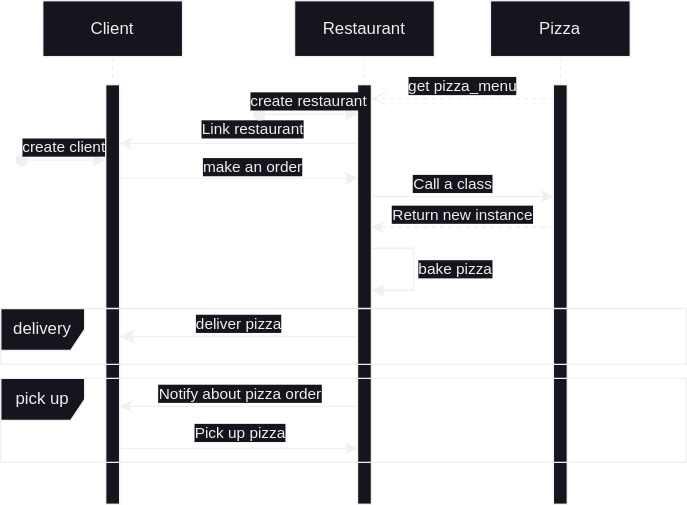
Earlier version of the draw.io export pictures/order_pizza_sequence.drawio.svg (pyrogn/pizza_test). Source tidied: cells renumbered, new cells last; positions are measured from the earlier drawing's top-left corner, leaving out a move shared by most shapes.
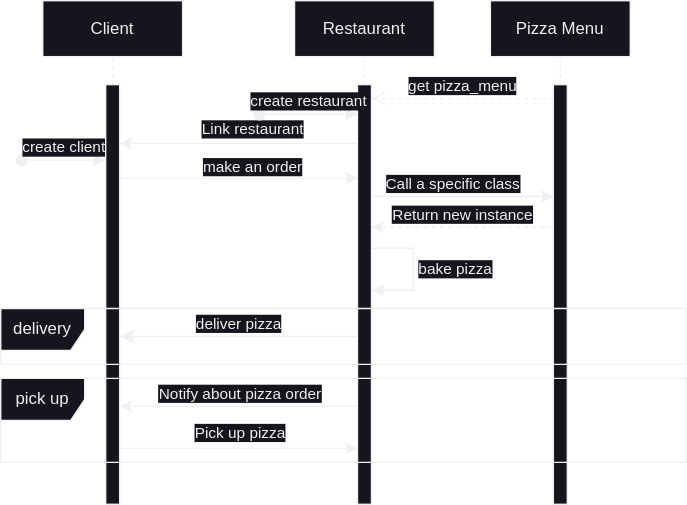
Later version of the same file.

Commit message:
Rename pizza -> pizza menu

Change to the diagram source:
```diff
@@ -37,7 +37,7 @@
         </Array>
       </mxGeometry>
     </mxCell>
-    <mxCell id="9" value="Pizza" style="shape=umlLifeline;perimeter=lifelinePerimeter;whiteSpace=wrap;html=1;newEdgeStyle={&quot;edgeStyle&quot;:&quot;elbowEdgeStyle&quot;,&quot;elbow&quot;:&quot;vertical&quot;,&quot;curved&quot;:0,&quot;rounded&quot;:0};" parent="1" vertex="1">
+    <mxCell id="9" value="Pizza Menu" style="shape=umlLifeline;perimeter=lifelinePerimeter;whiteSpace=wrap;html=1;newEdgeStyle={&quot;edgeStyle&quot;:&quot;elbowEdgeStyle&quot;,&quot;elbow&quot;:&quot;vertical&quot;,&quot;curved&quot;:0,&quot;rounded&quot;:0};" parent="1" vertex="1">
       <mxGeometry x="350" width="100" height="360" as="geometry" />
     </mxCell>
     <mxCell id="10" style="html=1;perimeter=orthogonalPerimeter;targetShapes=umlLifeline;newEdgeStyle={&quot;edgeStyle&quot;:&quot;elbowEdgeStyle&quot;,&quot;elbow&quot;:&quot;vertical&quot;,&quot;curved&quot;:0,&quot;rounded&quot;:0};" parent="9" vertex="1">
@@ -68,7 +68,7 @@
         <mxPoint x="395" y="140" as="targetPoint" />
       </mxGeometry>
     </mxCell>
-    <mxCell id="16" value="Call a class" style="edgeLabel;html=1;align=center;verticalAlign=bottom;" parent="15" vertex="1">
+    <mxCell id="16" value="Call a specific class" style="edgeLabel;html=1;align=center;verticalAlign=bottom;" parent="15" vertex="1">
       <mxGeometry x="-0.12" y="1" relative="1" as="geometry" />
     </mxCell>
     <mxCell id="17" style="endArrow=classic;html=1;rounded=0;" parent="1" edge="1">
```
